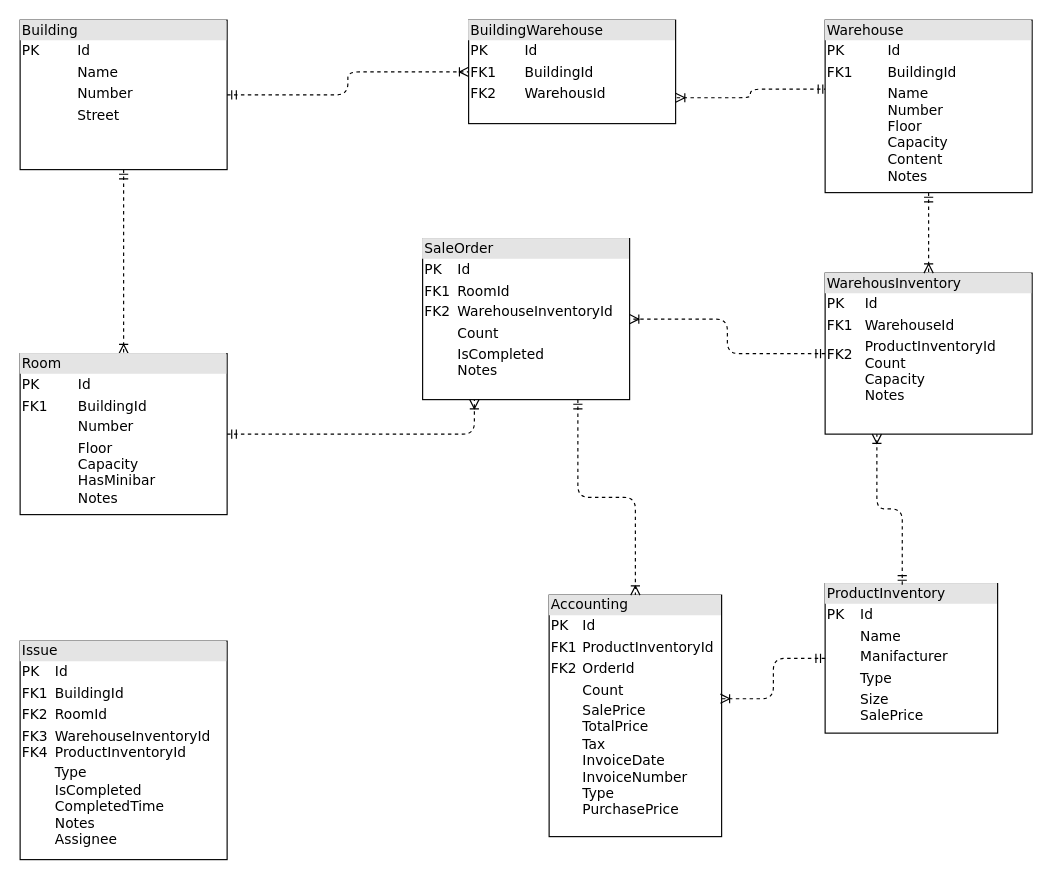
This is er-diagram.drawio from hasanbinboga/infera-test-case, a draw.io file, before an edit. Source tidied: cells renumbered, new cells numbered last; positions are measured from the earlier drawing's top-left corner, leaving out a move shared by most shapes. Both pictures are drawn from the tidied source at 115%, with x=0, y=0 at pixel (20, 20).
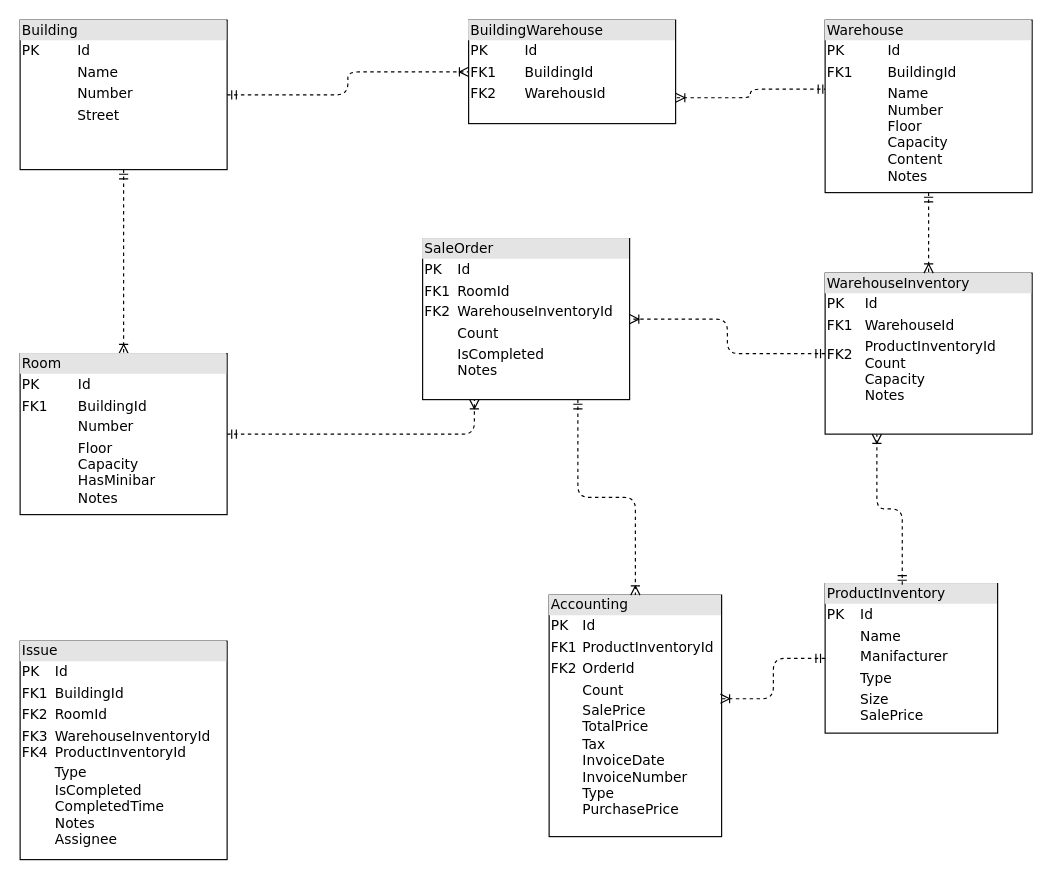
The same page after the edit.

Commit message (it also covers changes not shown here):
Warehouseinventory developed

Diff of the diagram source:
```diff
@@
 <mxGraphModel>
   <root>
     <mxCell id="0" />
     <mxCell id="1" parent="0" />
     <mxCell id="2" value="&lt;div style=&quot;box-sizing:border-box;width:100%;background:#e4e4e4;padding:2px;&quot;&gt;BuildingWarehouse&lt;/div&gt;&lt;table style=&quot;width:100%;font-size:1em;&quot; cellpadding=&quot;2&quot; cellspacing=&quot;0&quot;&gt;&lt;tbody&gt;&lt;tr&gt;&lt;td&gt;PK&lt;/td&gt;&lt;td&gt;Id&lt;/td&gt;&lt;/tr&gt;&lt;tr&gt;&lt;td&gt;FK1&lt;/td&gt;&lt;td&gt;BuildingId&lt;/td&gt;&lt;/tr&gt;&lt;tr&gt;&lt;td&gt;FK2&lt;/td&gt;&lt;td&gt;WarehousId&lt;/td&gt;&lt;/tr&gt;&lt;/tbody&gt;&lt;/table&gt;" style="verticalAlign=top;align=left;overflow=fill;html=1;rounded=0;shadow=0;comic=0;labelBackgroundColor=none;strokeWidth=1;fontFamily=Verdana;fontSize=12;" parent="1" vertex="1">
       <mxGeometry x="390" width="180" height="90" as="geometry" />
     </mxCell>
     <mxCell id="3" style="html=1;dashed=1;labelBackgroundColor=none;startArrow=ERmandOne;endArrow=ERoneToMany;fontFamily=Verdana;fontSize=12;align=left;entryX=0.5;entryY=0;edgeStyle=orthogonalEdgeStyle;entryDx=0;entryDy=0;" parent="1" edge="1" source="5" target="9">
       <mxGeometry relative="1" as="geometry" />
     </mxCell>
     <mxCell id="4" style="html=1;dashed=1;labelBackgroundColor=none;startArrow=ERmandOne;endArrow=ERoneToMany;fontFamily=Verdana;fontSize=12;align=left;exitX=0.011;exitY=0.4;exitDx=0;exitDy=0;edgeStyle=orthogonalEdgeStyle;entryX=1;entryY=0.75;entryDx=0;entryDy=0;exitPerimeter=0;" parent="1" edge="1" source="10" target="2">
       <mxGeometry relative="1" as="geometry" />
     </mxCell>
     <mxCell id="5" value="&lt;div style=&quot;box-sizing: border-box ; width: 100% ; background: #e4e4e4 ; padding: 2px&quot;&gt;Building&lt;/div&gt;&lt;table style=&quot;width: 100% ; font-size: 1em&quot; cellpadding=&quot;2&quot; cellspacing=&quot;0&quot;&gt;&lt;tbody&gt;&lt;tr&gt;&lt;td&gt;PK&lt;/td&gt;&lt;td&gt;Id&lt;/td&gt;&lt;/tr&gt;&lt;tr&gt;&lt;td&gt;&lt;br&gt;&lt;/td&gt;&lt;td&gt;Name&lt;/td&gt;&lt;/tr&gt;&lt;tr&gt;&lt;td&gt;&lt;/td&gt;&lt;td&gt;Number&lt;/td&gt;&lt;/tr&gt;&lt;tr&gt;&lt;td&gt;&lt;br&gt;&lt;/td&gt;&lt;td&gt;Street&lt;br&gt;&lt;/td&gt;&lt;/tr&gt;&lt;tr&gt;&lt;td&gt;&lt;br&gt;&lt;/td&gt;&lt;td&gt;&lt;br&gt;&lt;/td&gt;&lt;/tr&gt;&lt;tr&gt;&lt;td&gt;&lt;br&gt;&lt;/td&gt;&lt;td&gt;&lt;br&gt;&lt;/td&gt;&lt;/tr&gt;&lt;/tbody&gt;&lt;/table&gt;" style="verticalAlign=top;align=left;overflow=fill;html=1;rounded=0;shadow=0;comic=0;labelBackgroundColor=none;strokeWidth=1;fontFamily=Verdana;fontSize=12;" parent="1" vertex="1">
       <mxGeometry width="180" height="130" as="geometry" />
     </mxCell>
     <mxCell id="6" value="&lt;div style=&quot;box-sizing: border-box ; width: 100% ; background: #e4e4e4 ; padding: 2px&quot;&gt;ProductInventory&lt;/div&gt;&lt;table style=&quot;width: 100% ; font-size: 1em&quot; cellpadding=&quot;2&quot; cellspacing=&quot;0&quot;&gt;&lt;tbody&gt;&lt;tr&gt;&lt;td&gt;PK&lt;/td&gt;&lt;td&gt;Id&lt;/td&gt;&lt;/tr&gt;&lt;tr&gt;&lt;td&gt;&lt;br&gt;&lt;/td&gt;&lt;td&gt;Name&lt;/td&gt;&lt;/tr&gt;&lt;tr&gt;&lt;td&gt;&lt;/td&gt;&lt;td&gt;Manifacturer&lt;/td&gt;&lt;/tr&gt;&lt;tr&gt;&lt;td&gt;&lt;br&gt;&lt;/td&gt;&lt;td&gt;Type&lt;/td&gt;&lt;/tr&gt;&lt;tr&gt;&lt;td&gt;&lt;br&gt;&lt;/td&gt;&lt;td&gt;Size&lt;br&gt;SalePrice&lt;/td&gt;&lt;/tr&gt;&lt;/tbody&gt;&lt;/table&gt;" style="verticalAlign=top;align=left;overflow=fill;html=1;rounded=0;shadow=0;comic=0;labelBackgroundColor=none;strokeWidth=1;fontFamily=Verdana;fontSize=12;" parent="1" vertex="1">
       <mxGeometry x="700" y="490" width="150" height="130" as="geometry" />
     </mxCell>
-    <mxCell id="7" value="&lt;div style=&quot;box-sizing:border-box;width:100%;background:#e4e4e4;padding:2px;&quot;&gt;WarehousInventory&lt;/div&gt;&lt;table style=&quot;width:100%;font-size:1em;&quot; cellpadding=&quot;2&quot; cellspacing=&quot;0&quot;&gt;&lt;tbody&gt;&lt;tr&gt;&lt;td&gt;PK&lt;/td&gt;&lt;td&gt;Id&lt;/td&gt;&lt;/tr&gt;&lt;tr&gt;&lt;td&gt;FK1&lt;/td&gt;&lt;td&gt;WarehouseId&lt;/td&gt;&lt;/tr&gt;&lt;tr&gt;&lt;td&gt;FK2&lt;br&gt;&lt;br&gt;&lt;br&gt;&lt;/td&gt;&lt;td&gt;ProductInventoryId&lt;br&gt;Count&lt;br&gt;Capacity&lt;br&gt;Notes&lt;/td&gt;&lt;/tr&gt;&lt;/tbody&gt;&lt;/table&gt;" style="verticalAlign=top;align=left;overflow=fill;html=1;rounded=0;shadow=0;comic=0;labelBackgroundColor=none;strokeWidth=1;fontFamily=Verdana;fontSize=12;" parent="1" vertex="1">
+    <mxCell id="7" value="&lt;div style=&quot;box-sizing:border-box;width:100%;background:#e4e4e4;padding:2px;&quot;&gt;WarehouseInventory&lt;/div&gt;&lt;table style=&quot;width:100%;font-size:1em;&quot; cellpadding=&quot;2&quot; cellspacing=&quot;0&quot;&gt;&lt;tbody&gt;&lt;tr&gt;&lt;td&gt;PK&lt;/td&gt;&lt;td&gt;Id&lt;/td&gt;&lt;/tr&gt;&lt;tr&gt;&lt;td&gt;FK1&lt;/td&gt;&lt;td&gt;WarehouseId&lt;/td&gt;&lt;/tr&gt;&lt;tr&gt;&lt;td&gt;FK2&lt;br&gt;&lt;br&gt;&lt;br&gt;&lt;/td&gt;&lt;td&gt;ProductInventoryId&lt;br&gt;Count&lt;br&gt;Capacity&lt;br&gt;Notes&lt;/td&gt;&lt;/tr&gt;&lt;/tbody&gt;&lt;/table&gt;" style="verticalAlign=top;align=left;overflow=fill;html=1;rounded=0;shadow=0;comic=0;labelBackgroundColor=none;strokeWidth=1;fontFamily=Verdana;fontSize=12;" parent="1" vertex="1">
       <mxGeometry x="700" y="220" width="180" height="140" as="geometry" />
     </mxCell>
     <mxCell id="8" style="edgeStyle=orthogonalEdgeStyle;html=1;entryX=0.5;entryY=0;dashed=1;labelBackgroundColor=none;startArrow=ERmandOne;endArrow=ERoneToMany;fontFamily=Verdana;fontSize=12;align=left;" parent="1" edge="1" source="10" target="7">
       <mxGeometry relative="1" as="geometry" />
     </mxCell>
     <mxCell id="9" value="&lt;div style=&quot;box-sizing: border-box ; width: 100% ; background: #e4e4e4 ; padding: 2px&quot;&gt;Room&lt;/div&gt;&lt;table style=&quot;width: 100% ; font-size: 1em&quot; cellpadding=&quot;2&quot; cellspacing=&quot;0&quot;&gt;&lt;tbody&gt;&lt;tr&gt;&lt;td&gt;PK&lt;/td&gt;&lt;td&gt;Id&lt;/td&gt;&lt;/tr&gt;&lt;tr&gt;&lt;td&gt;FK1&lt;/td&gt;&lt;td&gt;BuildingId&lt;/td&gt;&lt;/tr&gt;&lt;tr&gt;&lt;td&gt;&lt;/td&gt;&lt;td&gt;Number&lt;/td&gt;&lt;/tr&gt;&lt;tr&gt;&lt;td&gt;&lt;br&gt;&lt;/td&gt;&lt;td&gt;Floor&lt;br&gt;Capacity&lt;br&gt;HasMinibar&lt;br&gt;Notes&lt;/td&gt;&lt;/tr&gt;&lt;tr&gt;&lt;td&gt;&lt;br&gt;&lt;/td&gt;&lt;td&gt;&lt;/td&gt;&lt;/tr&gt;&lt;/tbody&gt;&lt;/table&gt;" style="verticalAlign=top;align=left;overflow=fill;html=1;rounded=0;shadow=0;comic=0;labelBackgroundColor=none;strokeWidth=1;fontFamily=Verdana;fontSize=12;" parent="1" vertex="1">
       <mxGeometry y="290" width="180" height="140" as="geometry" />
     </mxCell>
     <mxCell id="10" value="&lt;div style=&quot;box-sizing:border-box;width:100%;background:#e4e4e4;padding:2px;&quot;&gt;Warehouse&lt;/div&gt;&lt;table style=&quot;width:100%;font-size:1em;&quot; cellpadding=&quot;2&quot; cellspacing=&quot;0&quot;&gt;&lt;tbody&gt;&lt;tr&gt;&lt;td&gt;PK&lt;/td&gt;&lt;td&gt;Id&lt;/td&gt;&lt;/tr&gt;&lt;tr&gt;&lt;td&gt;FK1&lt;/td&gt;&lt;td&gt;BuildingId&lt;/td&gt;&lt;/tr&gt;&lt;tr&gt;&lt;td&gt;&lt;/td&gt;&lt;td&gt;Name&lt;br&gt;Number&lt;br&gt;Floor&lt;br&gt;Capacity&lt;br&gt;Content&lt;br&gt;Notes&lt;/td&gt;&lt;/tr&gt;&lt;/tbody&gt;&lt;/table&gt;" style="verticalAlign=top;align=left;overflow=fill;html=1;rounded=0;shadow=0;comic=0;labelBackgroundColor=none;strokeWidth=1;fontFamily=Verdana;fontSize=12;" parent="1" vertex="1">
       <mxGeometry x="700" width="180" height="150" as="geometry" />
     </mxCell>
     <mxCell id="11" style="html=1;dashed=1;labelBackgroundColor=none;startArrow=ERmandOne;endArrow=ERoneToMany;fontFamily=Verdana;fontSize=12;align=left;edgeStyle=orthogonalEdgeStyle;entryX=0;entryY=0.5;entryDx=0;entryDy=0;exitX=1;exitY=0.5;exitDx=0;exitDy=0;" parent="1" edge="1" source="5" target="2">
       <mxGeometry relative="1" as="geometry" />
     </mxCell>
     <mxCell id="12" style="edgeStyle=orthogonalEdgeStyle;html=1;entryX=0.25;entryY=1;dashed=1;labelBackgroundColor=none;startArrow=ERmandOne;endArrow=ERoneToMany;fontFamily=Verdana;fontSize=12;align=left;entryDx=0;entryDy=0;exitX=0.447;exitY=0.008;exitDx=0;exitDy=0;exitPerimeter=0;" parent="1" edge="1" source="6" target="7">
       <mxGeometry relative="1" as="geometry" />
     </mxCell>
     <mxCell id="13" value="&lt;div style=&quot;box-sizing: border-box ; width: 100% ; background: #e4e4e4 ; padding: 2px&quot;&gt;SaleOrder&lt;/div&gt;&lt;table style=&quot;width: 100% ; font-size: 1em&quot; cellpadding=&quot;2&quot; cellspacing=&quot;0&quot;&gt;&lt;tbody&gt;&lt;tr&gt;&lt;td&gt;PK&lt;/td&gt;&lt;td&gt;Id&lt;/td&gt;&lt;/tr&gt;&lt;tr&gt;&lt;td&gt;FK1&lt;/td&gt;&lt;td&gt;RoomId&lt;/td&gt;&lt;/tr&gt;&lt;tr&gt;&lt;td&gt;FK2&lt;/td&gt;&lt;td&gt;WarehouseInventoryId&lt;/td&gt;&lt;/tr&gt;&lt;tr&gt;&lt;td&gt;&lt;br&gt;&lt;/td&gt;&lt;td&gt;Count&lt;/td&gt;&lt;/tr&gt;&lt;tr&gt;&lt;td&gt;&lt;br&gt;&lt;/td&gt;&lt;td&gt;IsCompleted&lt;br&gt;Notes&lt;/td&gt;&lt;/tr&gt;&lt;/tbody&gt;&lt;/table&gt;" style="verticalAlign=top;align=left;overflow=fill;html=1;rounded=0;shadow=0;comic=0;labelBackgroundColor=none;strokeWidth=1;fontFamily=Verdana;fontSize=12;" parent="1" vertex="1">
       <mxGeometry x="350" y="190" width="180" height="140" as="geometry" />
     </mxCell>
     <mxCell id="14" value="&lt;div style=&quot;box-sizing: border-box ; width: 100% ; background: #e4e4e4 ; padding: 2px&quot;&gt;Issue&lt;/div&gt;&lt;table style=&quot;width: 100% ; font-size: 1em&quot; cellpadding=&quot;2&quot; cellspacing=&quot;0&quot;&gt;&lt;tbody&gt;&lt;tr&gt;&lt;td&gt;PK&lt;/td&gt;&lt;td&gt;Id&lt;/td&gt;&lt;/tr&gt;&lt;tr&gt;&lt;td&gt;FK1&lt;/td&gt;&lt;td&gt;BuildingId&lt;/td&gt;&lt;/tr&gt;&lt;tr&gt;&lt;td&gt;FK2&lt;/td&gt;&lt;td&gt;RoomId&lt;br&gt;&lt;/td&gt;&lt;/tr&gt;&lt;tr&gt;&lt;td&gt;FK3&lt;br&gt;FK4&lt;/td&gt;&lt;td&gt;WarehouseInventoryId&lt;br&gt;ProductInventoryId&lt;/td&gt;&lt;/tr&gt;&lt;tr&gt;&lt;td&gt;&lt;br&gt;&lt;br&gt;&lt;/td&gt;&lt;td&gt;Type&lt;br&gt;IsCompleted&lt;br&gt;CompletedTime&lt;br&gt;Notes&lt;br&gt;Assignee&lt;/td&gt;&lt;/tr&gt;&lt;/tbody&gt;&lt;/table&gt;" style="verticalAlign=top;align=left;overflow=fill;html=1;rounded=0;shadow=0;comic=0;labelBackgroundColor=none;strokeWidth=1;fontFamily=Verdana;fontSize=12;" parent="1" vertex="1">
       <mxGeometry y="540" width="180" height="190" as="geometry" />
     </mxCell>
     <mxCell id="15" style="edgeStyle=orthogonalEdgeStyle;html=1;entryX=1;entryY=0.5;dashed=1;labelBackgroundColor=none;startArrow=ERmandOne;endArrow=ERoneToMany;fontFamily=Verdana;fontSize=12;align=left;entryDx=0;entryDy=0;exitX=0;exitY=0.5;exitDx=0;exitDy=0;" parent="1" edge="1" source="7" target="13">
       <mxGeometry relative="1" as="geometry" />
     </mxCell>
     <mxCell id="16" style="edgeStyle=orthogonalEdgeStyle;html=1;entryX=0.25;entryY=1;dashed=1;labelBackgroundColor=none;startArrow=ERmandOne;endArrow=ERoneToMany;fontFamily=Verdana;fontSize=12;align=left;entryDx=0;entryDy=0;exitX=1;exitY=0.5;exitDx=0;exitDy=0;" parent="1" edge="1" source="9" target="13">
       <mxGeometry relative="1" as="geometry" />
     </mxCell>
     <mxCell id="17" value="&lt;div style=&quot;box-sizing: border-box ; width: 100% ; background: #e4e4e4 ; padding: 2px&quot;&gt;Accounting&lt;/div&gt;&lt;table style=&quot;width: 100% ; font-size: 1em&quot; cellpadding=&quot;2&quot; cellspacing=&quot;0&quot;&gt;&lt;tbody&gt;&lt;tr&gt;&lt;td&gt;PK&lt;/td&gt;&lt;td&gt;Id&lt;/td&gt;&lt;/tr&gt;&lt;tr&gt;&lt;td&gt;FK1&lt;/td&gt;&lt;td&gt;ProductInventoryId&lt;/td&gt;&lt;/tr&gt;&lt;tr&gt;&lt;td&gt;FK2&lt;/td&gt;&lt;td&gt;OrderId&lt;/td&gt;&lt;/tr&gt;&lt;tr&gt;&lt;td&gt;&lt;br&gt;&lt;/td&gt;&lt;td&gt;Count&lt;/td&gt;&lt;/tr&gt;&lt;tr&gt;&lt;td&gt;&lt;br&gt;&lt;/td&gt;&lt;td&gt;SalePrice&lt;br&gt;TotalPrice&lt;br&gt;Tax&lt;br&gt;InvoiceDate&lt;br&gt;InvoiceNumber&lt;br&gt;Type&lt;br&gt;PurchasePrice&lt;br&gt;&lt;/td&gt;&lt;/tr&gt;&lt;/tbody&gt;&lt;/table&gt;" style="verticalAlign=top;align=left;overflow=fill;html=1;rounded=0;shadow=0;comic=0;labelBackgroundColor=none;strokeWidth=1;fontFamily=Verdana;fontSize=12;" parent="1" vertex="1">
       <mxGeometry x="460" y="500" width="150" height="210" as="geometry" />
     </mxCell>
     <mxCell id="18" style="edgeStyle=orthogonalEdgeStyle;html=1;dashed=1;labelBackgroundColor=none;startArrow=ERmandOne;endArrow=ERoneToMany;fontFamily=Verdana;fontSize=12;align=left;exitX=0;exitY=0.5;exitDx=0;exitDy=0;entryX=0.993;entryY=0.429;entryDx=0;entryDy=0;entryPerimeter=0;" parent="1" edge="1" source="6" target="17">
       <mxGeometry relative="1" as="geometry" />
     </mxCell>
     <mxCell id="19" style="edgeStyle=orthogonalEdgeStyle;html=1;dashed=1;labelBackgroundColor=none;startArrow=ERmandOne;endArrow=ERoneToMany;fontFamily=Verdana;fontSize=12;align=left;exitX=0.75;exitY=1;exitDx=0;exitDy=0;" parent="1" edge="1" source="13" target="17">
       <mxGeometry relative="1" as="geometry" />
     </mxCell>
   </root>
 </mxGraphModel>
```
